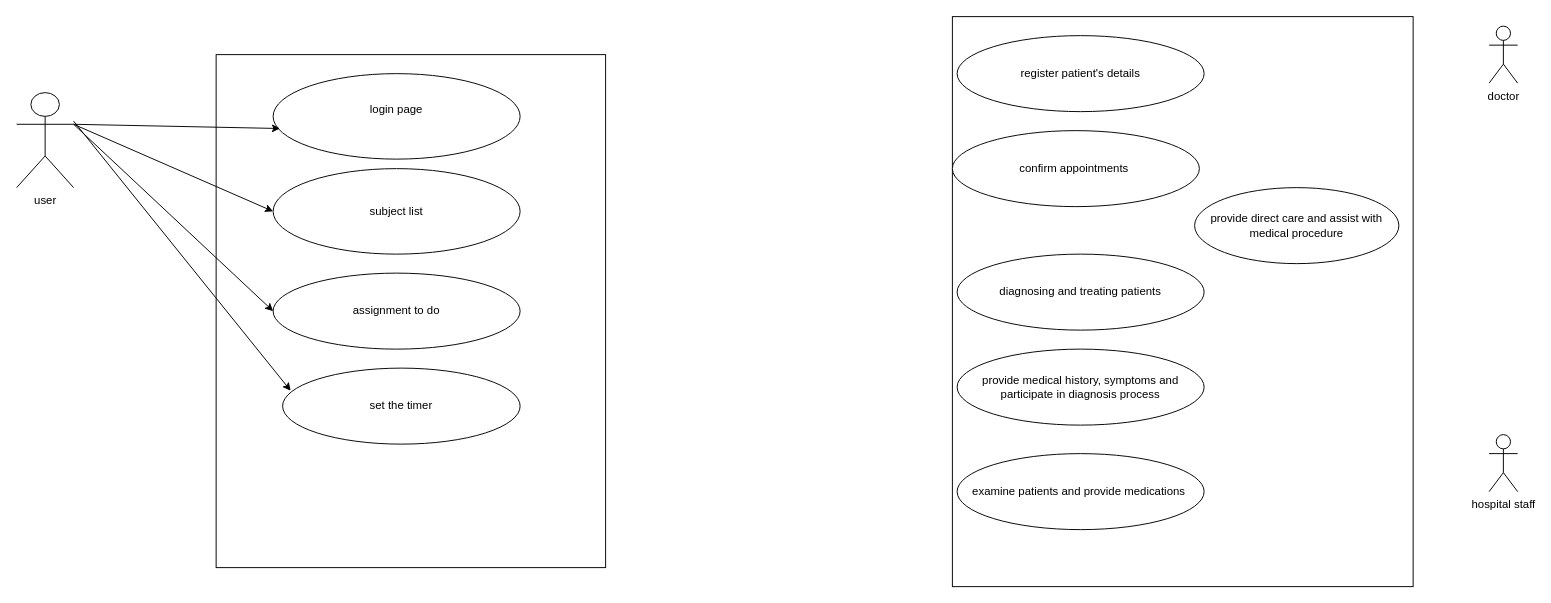
The draw.io diagram page "Page-4" (4 of 4) of Untitled Diagram.drawio in sophiyaprasain/System-Moodeling, before the edit. Source tidied: cells renumbered, new cells numbered last; positions are measured from the earlier drawing's top-left corner, leaving out a move shared by most shapes. Both pictures are drawn from the tidied source at 95%, with x=0, y=0 at pixel (16, 16).
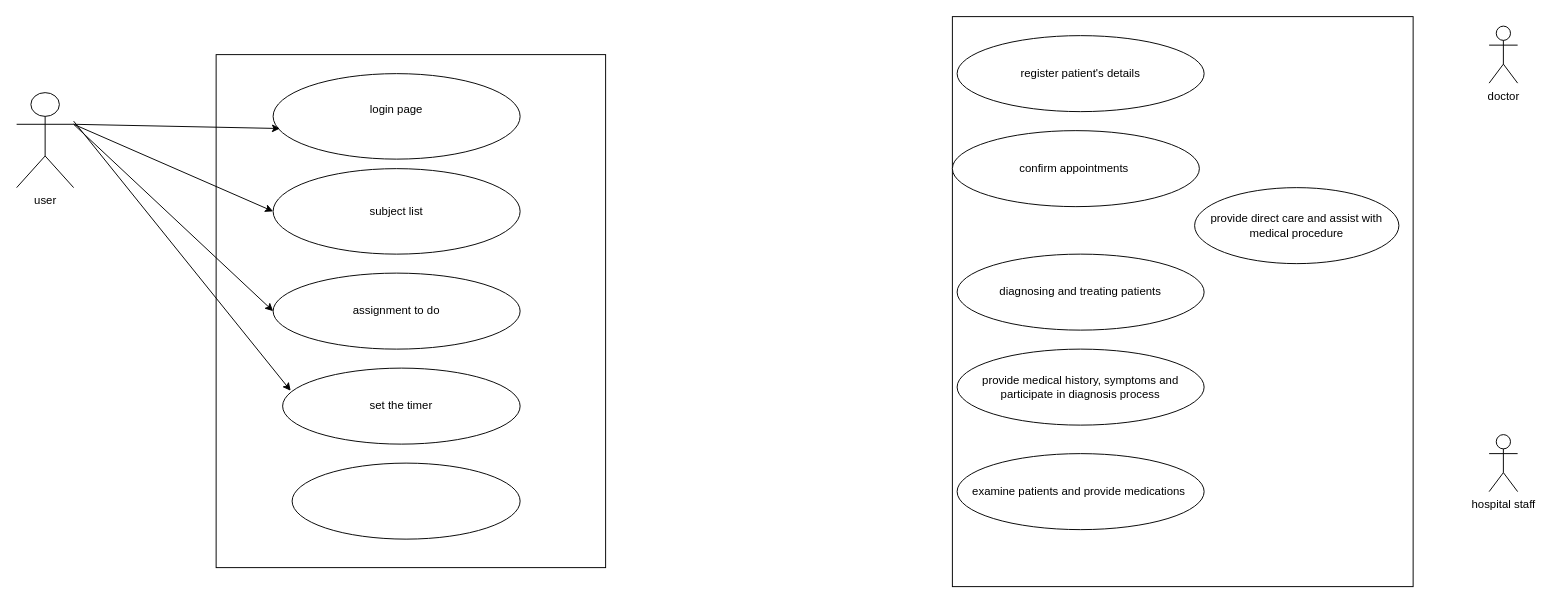
The same diagram, later.

Diff of the diagram source:
```diff
@@
+    <mxCell id="21" style="ellipse;whiteSpace=wrap;html=1;" parent="1" vertex="1">
+      <mxGeometry x="290" y="470" width="240" height="80" as="geometry" />
+    </mxCell>
```
